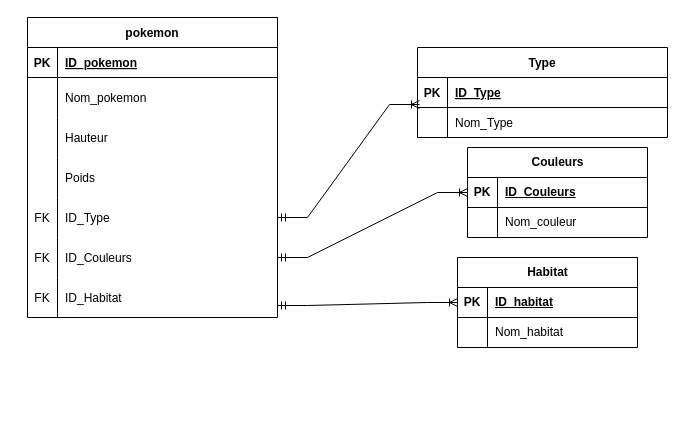
The draw.io diagram Diagramme-pokedex-aj69210.drawio in aj69210/BTS2-CIEL-IR-MCD-2024-2025, before the edit. Source tidied: cells renumbered, new cells numbered last; positions are measured from the earlier drawing's top-left corner, leaving out a move shared by most shapes. Both pictures are drawn from the tidied source at 100%, with x=0, y=0 at pixel (27, 17).
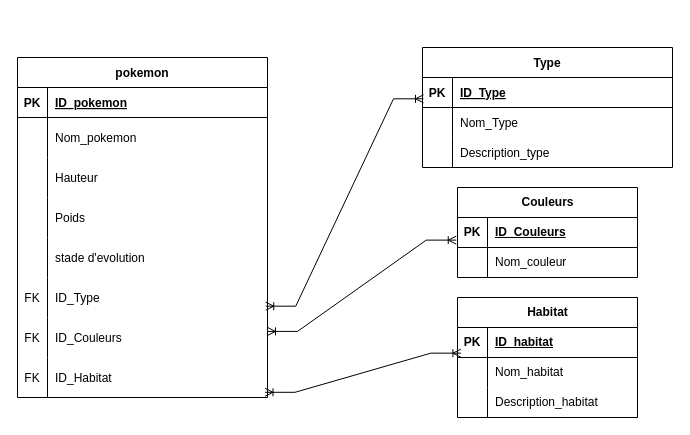
Above is the later version.

Commit message:
Mettre à jour Diagramme-pokedex-aj69210.drawio

Unchanged cells that the change refers to:
```xml
<mxCell id="25" style="shape=partialRectangle;fillColor=none;points=[[0,0.5],[1,0.5]];portConstraint=eastwest;top=0;left=0;right=0;bottom=1;" parent="24" vertex="1">
  <mxGeometry y="30" width="250" height="30" as="geometry" />
</mxCell>
<mxCell id="33" style="shape=tableRow;horizontal=0;startSize=0;swimlaneHead=0;swimlaneBody=0;fillColor=none;points=[[0,0.5],[1,0.5]];portConstraint=eastwest;top=0;left=0;right=0;bottom=1;" parent="32" vertex="1">
  <mxGeometry y="30" width="180" height="30" as="geometry" />
</mxCell>
<mxCell id="40" style="shape=tableRow;horizontal=0;startSize=0;swimlaneHead=0;swimlaneBody=0;fillColor=none;points=[[0,0.5],[1,0.5]];portConstraint=eastwest;top=0;left=0;right=0;bottom=1;" parent="39" vertex="1">
  <mxGeometry y="30" width="180" height="30" as="geometry" />
</mxCell>
```

Diff of the diagram source:
```diff
@@
     <mxCell id="2" value="pokemon" style="shape=table;startSize=30;childLayout=tableLayout;rowLines=0;fontStyle=1;align=center;" parent="1" vertex="1">
-      <mxGeometry width="250" height="300" as="geometry" />
+      <mxGeometry x="-10" y="40" width="250" height="340" as="geometry" />
     </mxCell>
@@
+    <mxCell id="48" style="shape=partialRectangle;fillColor=none;top=0;left=0;right=0;bottom=0;" parent="2" vertex="1">
+      <mxGeometry y="180" width="250" height="40" as="geometry" />
+    </mxCell>
+    <mxCell id="49" style="shape=partialRectangle;overflow=hidden;fillColor=none;top=0;left=0;bottom=0;right=0;" parent="48" vertex="1">
+      <mxGeometry width="30" height="40" as="geometry" />
+    </mxCell>
+    <mxCell id="50" value="stade d'evolution" style="shape=partialRectangle;overflow=hidden;fillColor=none;top=0;left=0;bottom=0;right=0;align=left;spacingLeft=6;" parent="48" vertex="1">
+      <mxGeometry x="30" width="220" height="40" as="geometry" />
+    </mxCell>
     <mxCell id="15" style="shape=partialRectangle;fillColor=none;points=[[0,0.5],[1,0.5]];portConstraint=eastwest;top=0;left=0;right=0;bottom=0;" parent="2" vertex="1">
-      <mxGeometry y="180" width="250" height="40" as="geometry" />
+      <mxGeometry y="220" width="250" height="40" as="geometry" />
     </mxCell>
@@
     <mxCell id="18" style="shape=partialRectangle;fillColor=none;points=[[0,0.5],[1,0.5]];portConstraint=eastwest;top=0;left=0;right=0;bottom=0;" parent="2" vertex="1">
-      <mxGeometry y="220" width="250" height="40" as="geometry" />
+      <mxGeometry y="260" width="250" height="40" as="geometry" />
     </mxCell>
@@
     <mxCell id="21" style="shape=partialRectangle;fillColor=none;points=[[0,0.5],[1,0.5]];portConstraint=eastwest;top=0;left=0;right=0;bottom=0;" parent="2" vertex="1">
-      <mxGeometry y="260" width="250" height="40" as="geometry" />
+      <mxGeometry y="300" width="250" height="40" as="geometry" />
     </mxCell>
@@
     <mxCell id="24" value="Type" style="shape=table;startSize=30;childLayout=tableLayout;rowLines=0;fontStyle=1;align=center;" parent="1" vertex="1">
-      <mxGeometry x="390" y="30" width="250" height="90" as="geometry" />
+      <mxGeometry x="395" y="30" width="250" height="120" as="geometry" />
     </mxCell>
@@
-    <mxCell id="31" style="edgeStyle=entityRelationEdgeStyle;fontSize=12;html=1;endArrow=ERoneToMany;startArrow=ERmandOne;rounded=0;entryX=0.008;entryY=0.9;entryDx=0;entryDy=0;entryPerimeter=0;" parent="1" edge="1" source="15" target="25">
-      <mxGeometry relative="1" as="geometry" />
-    </mxCell>
+    <mxCell id="51" style="shape=partialRectangle;fillColor=none;top=0;left=0;right=0;bottom=0;" parent="24" vertex="1">
+      <mxGeometry y="90" width="250" height="30" as="geometry" />
+    </mxCell>
+    <mxCell id="52" style="shape=partialRectangle;overflow=hidden;fillColor=none;top=0;left=0;bottom=0;right=0;" parent="51" vertex="1">
+      <mxGeometry width="30" height="30" as="geometry" />
+    </mxCell>
+    <mxCell id="53" value="Description_type" style="shape=partialRectangle;overflow=hidden;fillColor=none;top=0;left=0;bottom=0;right=0;align=left;spacingLeft=6;" parent="51" vertex="1">
+      <mxGeometry x="30" width="220" height="30" as="geometry" />
+    </mxCell>
     <mxCell id="32" value="Habitat" style="shape=table;startSize=30;childLayout=tableLayout;rowLines=0;fontStyle=1;align=center;html=1;" parent="1" vertex="1">
-      <mxGeometry x="430" y="240" width="180" height="90" as="geometry" />
+      <mxGeometry x="430" y="280" width="180" height="120" as="geometry" />
     </mxCell>
@@
+    <mxCell id="54" style="shape=tableRow;horizontal=0;startSize=0;swimlaneHead=0;swimlaneBody=0;fillColor=none;top=0;left=0;right=0;bottom=0;" parent="32" vertex="1">
+      <mxGeometry y="90" width="180" height="30" as="geometry" />
+    </mxCell>
+    <mxCell id="55" style="shape=partialRectangle;fillColor=none;top=0;left=0;bottom=0;right=0;overflow=hidden;whiteSpace=wrap;html=1;" parent="54" vertex="1">
+      <mxGeometry width="30" height="30" as="geometry" />
+    </mxCell>
+    <mxCell id="56" value="Description_habitat" style="shape=partialRectangle;fillColor=none;top=0;left=0;bottom=0;right=0;align=left;spacingLeft=6;overflow=hidden;whiteSpace=wrap;html=1;" parent="54" vertex="1">
+      <mxGeometry x="30" width="150" height="30" as="geometry" />
+    </mxCell>
     <mxCell id="39" value="Couleurs" style="shape=table;startSize=30;childLayout=tableLayout;rowLines=0;fontStyle=1;align=center;html=1;" parent="1" vertex="1">
-      <mxGeometry x="440" y="130" width="180" height="90" as="geometry" />
+      <mxGeometry x="430" y="170" width="180" height="90" as="geometry" />
     </mxCell>
@@
+    <mxCell id="31" style="edgeStyle=entityRelationEdgeStyle;fontSize=12;html=1;endArrow=ERoneToMany;startArrow=ERoneToMany;rounded=0;entryX=0.004;entryY=0.71;entryDx=0;entryDy=0;entryPerimeter=0;exitX=0.993;exitY=0.717;exitDx=0;exitDy=0;exitPerimeter=0;" parent="1" edge="1" source="15" target="25">
+      <mxGeometry relative="1" as="geometry" />
+    </mxCell>
-    <mxCell id="46" style="edgeStyle=entityRelationEdgeStyle;fontSize=12;html=1;endArrow=ERoneToMany;startArrow=ERmandOne;rounded=0;entryX=0;entryY=0.5;entryDx=0;entryDy=0;exitX=1;exitY=0.5;exitDx=0;exitDy=0;" parent="1" edge="1" source="18" target="40">
+    <mxCell id="46" style="edgeStyle=entityRelationEdgeStyle;fontSize=12;html=1;endArrow=ERoneToMany;startArrow=ERoneToMany;rounded=0;entryX=-0.007;entryY=0.754;entryDx=0;entryDy=0;entryPerimeter=0;exitX=1;exitY=0.348;exitDx=0;exitDy=0;exitPerimeter=0;" parent="1" edge="1" source="18" target="40">
       <mxGeometry relative="1" as="geometry" />
     </mxCell>
-    <mxCell id="47" style="edgeStyle=entityRelationEdgeStyle;fontSize=12;html=1;endArrow=ERoneToMany;startArrow=ERmandOne;rounded=0;entryX=0;entryY=0.5;entryDx=0;entryDy=0;exitX=1;exitY=0.7;exitDx=0;exitDy=0;exitPerimeter=0;" parent="1" edge="1" source="21" target="33">
+    <mxCell id="47" style="edgeStyle=entityRelationEdgeStyle;fontSize=12;html=1;endArrow=ERoneToMany;startArrow=ERoneToMany;rounded=0;entryX=0.019;entryY=0.855;entryDx=0;entryDy=0;entryPerimeter=0;exitX=0.99;exitY=0.87;exitDx=0;exitDy=0;exitPerimeter=0;" parent="1" edge="1" source="21" target="33">
       <mxGeometry relative="1" as="geometry" />
     </mxCell>
```
